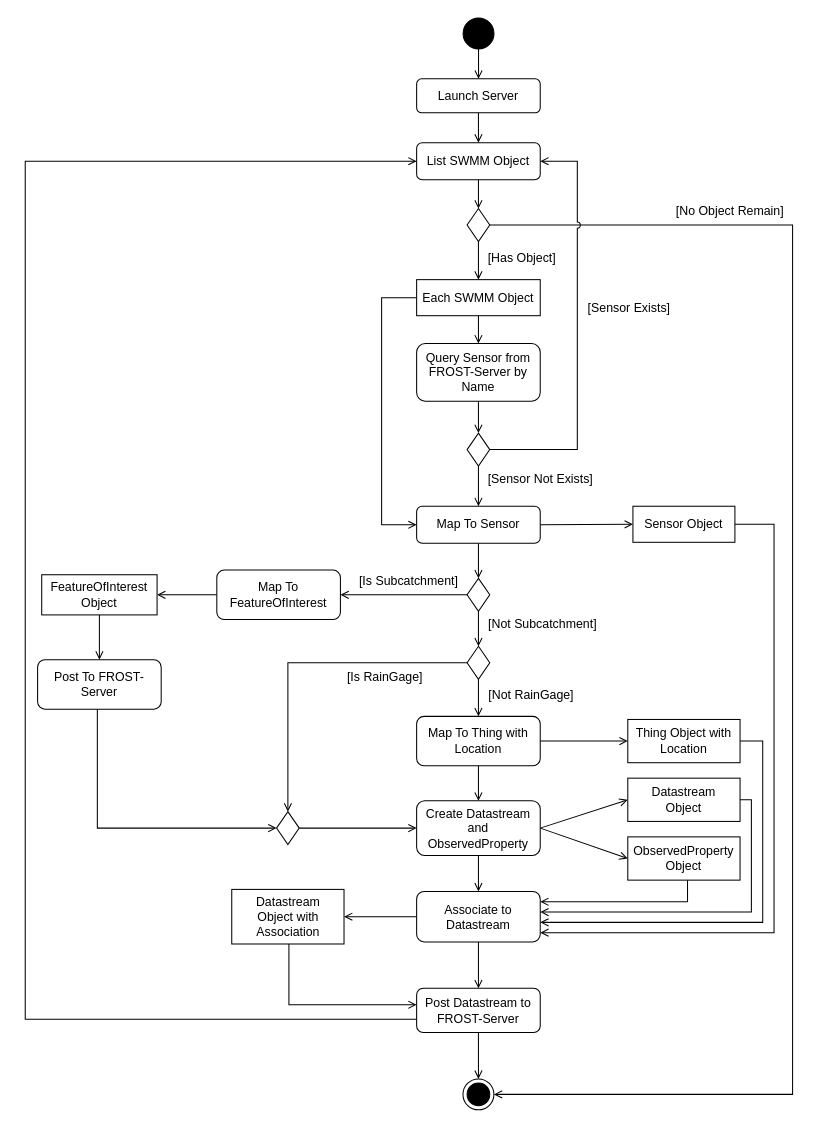
Before: page "SensorThings对象初始化流程" (6 of 7) of docs/diagram/模型图.dio in hubu-mdzhang/swmm-sensorthings, a draw.io diagram. Source tidied: cells renumbered, new cells numbered last; positions are measured from the earlier drawing's top-left corner, leaving out a move shared by most shapes. Both pictures are drawn from the tidied source at 103%, with x=0, y=0 at pixel (25, 18).
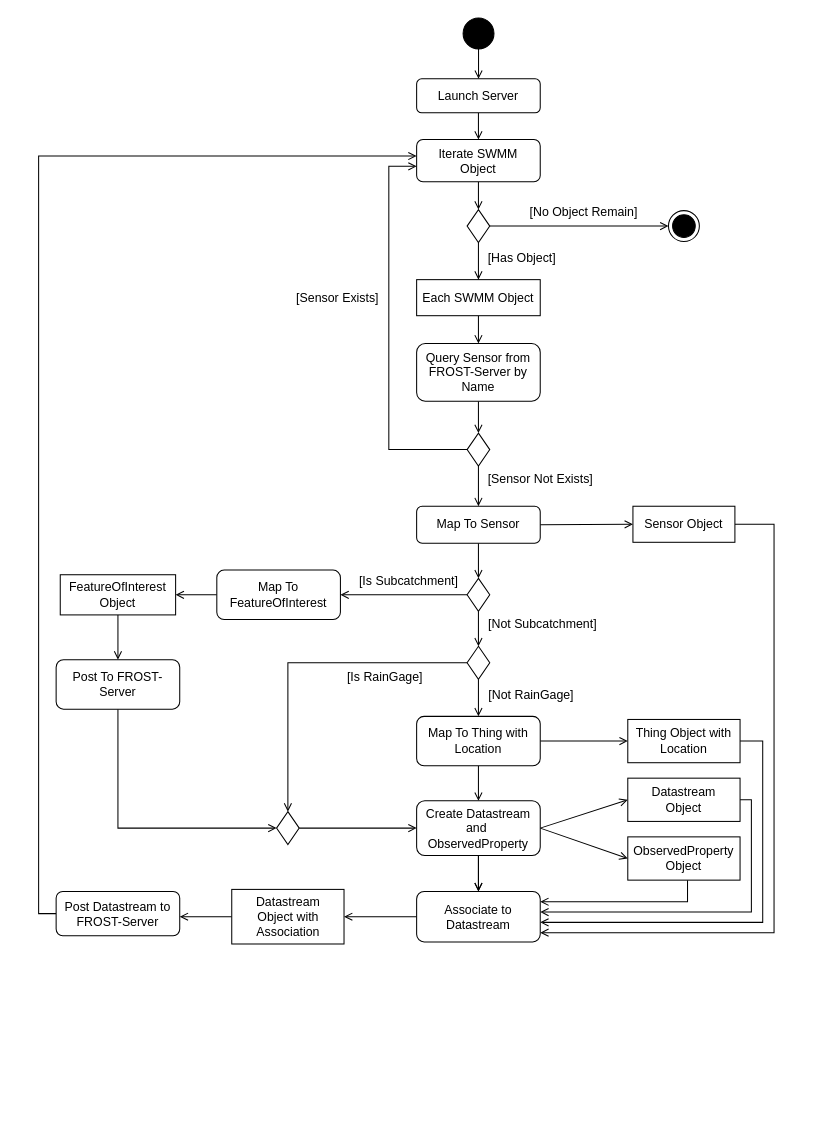
Above is the later version.

The change refers to these unchanged cells:
```xml
<mxCell id="10" value="Each SWMM Object" style="rounded=0;whiteSpace=wrap;html=1;fontFamily=Helvetica;fontSize=12;fontColor=default;labelBackgroundColor=none;" parent="1" vertex="1">
  <mxGeometry x="380" y="254" width="120" height="35" as="geometry" />
</mxCell>
<mxCell id="14" style="rhombus;fontFamily=Helvetica;fontSize=11;fontColor=default;labelBackgroundColor=none;" parent="1" vertex="1">
  <mxGeometry x="429" y="403" width="22" height="32" as="geometry" />
</mxCell>
<mxCell id="18" value="Map To Sensor" style="rounded=1;whiteSpace=wrap;html=1;fontFamily=Helvetica;fontSize=12;fontColor=default;labelBackgroundColor=none;" parent="1" vertex="1">
  <mxGeometry x="380" y="474" width="120" height="36" as="geometry" />
</mxCell>
<mxCell id="53" value="Associate to Datastream" style="rounded=1;whiteSpace=wrap;html=1;fontFamily=Helvetica;fontSize=12;fontColor=default;labelBackgroundColor=none;" parent="1" vertex="1">
  <mxGeometry x="380" y="848" width="120" height="49" as="geometry" />
</mxCell>
<mxCell id="55" style="rhombus;fontFamily=Helvetica;fontSize=11;fontColor=default;labelBackgroundColor=none;" parent="1" vertex="1">
  <mxGeometry x="244" y="770.5" width="22" height="32" as="geometry" />
</mxCell>
<mxCell id="60" value="Datastream&lt;div&gt;Object with Association&lt;/div&gt;" style="rounded=0;whiteSpace=wrap;html=1;fontFamily=Helvetica;fontSize=12;fontColor=default;labelBackgroundColor=none;" parent="1" vertex="1">
  <mxGeometry x="200.5" y="846" width="109" height="53" as="geometry" />
</mxCell>
```

Change to the diagram source:
```diff
@@
-    <mxCell id="6" style="edgeStyle=orthogonalEdgeStyle;shape=connector;rounded=0;jettySize=auto;html=1;strokeColor=default;align=center;verticalAlign=middle;fontFamily=Helvetica;fontSize=11;fontColor=default;labelBackgroundColor=default;endArrow=open;endFill=0;" parent="1" edge="1" source="7" target="64">
-      <mxGeometry relative="1" as="geometry">
-        <Array as="points">
-          <mxPoint x="440" y="170" />
-          <mxPoint x="440" y="170" />
-        </Array>
-      </mxGeometry>
+    <mxCell id="6" style="edgeStyle=orthogonalEdgeStyle;shape=connector;rounded=0;jettySize=auto;html=1;strokeColor=default;align=center;verticalAlign=middle;fontFamily=Helvetica;fontSize=11;fontColor=default;labelBackgroundColor=default;endArrow=open;endFill=0;entryX=0.5;entryY=0;entryDx=0;entryDy=0;" parent="1" edge="1" source="7" target="64">
+      <mxGeometry relative="1" as="geometry" />
     </mxCell>
-    <mxCell id="7" value="List SWMM Object" style="rounded=1;whiteSpace=wrap;html=1;fontFamily=Helvetica;fontSize=12;fontColor=default;labelBackgroundColor=none;" parent="1" vertex="1">
-      <mxGeometry x="380" y="121" width="120" height="36" as="geometry" />
+    <mxCell id="7" value="Iterate&amp;nbsp;SWMM&lt;div&gt;Object&lt;/div&gt;" style="rounded=1;whiteSpace=wrap;html=1;fontFamily=Helvetica;fontSize=12;fontColor=default;labelBackgroundColor=none;" parent="1" vertex="1">
+      <mxGeometry x="380" y="118" width="120" height="41" as="geometry" />
     </mxCell>
@@
-    <mxCell id="9" style="edgeStyle=orthogonalEdgeStyle;shape=connector;rounded=0;jettySize=auto;html=1;strokeColor=default;align=center;verticalAlign=middle;fontFamily=Helvetica;fontSize=11;fontColor=default;labelBackgroundColor=default;endArrow=open;endFill=0;" parent="1" edge="1" source="10" target="18">
-      <mxGeometry relative="1" as="geometry">
-        <Array as="points">
-          <mxPoint x="346" y="271.5" />
-          <mxPoint x="346" y="492" />
-        </Array>
-      </mxGeometry>
-    </mxCell>
@@
     <mxCell id="15" value="[Sensor Exists]" style="text;html=1;align=center;verticalAlign=middle;strokeColor=none;fillColor=none;fontFamily=Helvetica;fontSize=12;fontColor=default;labelBackgroundColor=none;" parent="1" vertex="1">
-      <mxGeometry x="537" y="269" width="98" height="26" as="geometry" />
+      <mxGeometry x="254" y="258.5" width="98" height="26" as="geometry" />
     </mxCell>
@@
     <mxCell id="29" value="FeatureOfInterest Object" style="rounded=0;whiteSpace=wrap;html=1;fontFamily=Helvetica;fontSize=12;fontColor=default;labelBackgroundColor=none;" parent="1" vertex="1">
-      <mxGeometry x="16" y="540.5" width="112" height="39" as="geometry" />
+      <mxGeometry x="34" y="540.5" width="112" height="39" as="geometry" />
     </mxCell>
     <mxCell id="30" style="edgeStyle=orthogonalEdgeStyle;shape=connector;rounded=0;jettySize=auto;html=1;strokeColor=default;align=center;verticalAlign=middle;fontFamily=Helvetica;fontSize=11;fontColor=default;labelBackgroundColor=default;endArrow=open;endFill=0;entryX=0;entryY=0.5;entryDx=0;entryDy=0;" parent="1" edge="1" source="31" target="55">
       <mxGeometry relative="1" as="geometry">
         <Array as="points">
-          <mxPoint x="70" y="787" />
+          <mxPoint x="90" y="787" />
         </Array>
       </mxGeometry>
     </mxCell>
     <mxCell id="31" value="Post To FROST-Server" style="rounded=1;whiteSpace=wrap;html=1;fontFamily=Helvetica;fontSize=12;fontColor=default;labelBackgroundColor=none;" parent="1" vertex="1">
-      <mxGeometry x="12" y="623" width="120" height="48" as="geometry" />
+      <mxGeometry x="30" y="623" width="120" height="48" as="geometry" />
     </mxCell>
@@
+    <mxCell id="68" style="edgeStyle=orthogonalEdgeStyle;shape=connector;rounded=0;jettySize=auto;html=1;strokeColor=default;align=center;verticalAlign=middle;fontFamily=Helvetica;fontSize=11;fontColor=default;labelBackgroundColor=default;endArrow=open;endFill=0;" parent="1" edge="1" source="45" target="53">
+      <mxGeometry relative="1" as="geometry" />
+    </mxCell>
-    <mxCell id="45" value="Create Datastream and ObservedProperty" style="rounded=1;whiteSpace=wrap;html=1;fontFamily=Helvetica;fontSize=12;fontColor=default;labelBackgroundColor=none;" parent="1" vertex="1">
+    <mxCell id="45" value="Create Datastream and&amp;nbsp; ObservedProperty" style="rounded=1;whiteSpace=wrap;html=1;fontFamily=Helvetica;fontSize=12;fontColor=default;labelBackgroundColor=none;" parent="1" vertex="1">
       <mxGeometry x="380" y="760" width="120" height="53" as="geometry" />
     </mxCell>
@@
-    <mxCell id="51" style="edgeStyle=orthogonalEdgeStyle;shape=connector;rounded=0;jettySize=auto;html=1;strokeColor=default;align=center;verticalAlign=middle;fontFamily=Helvetica;fontSize=11;fontColor=default;labelBackgroundColor=default;endArrow=open;endFill=0;" parent="1" edge="1" source="53" target="58">
-      <mxGeometry relative="1" as="geometry" />
-    </mxCell>
@@
-    <mxCell id="56" style="edgeStyle=orthogonalEdgeStyle;shape=connector;rounded=0;jettySize=auto;html=1;strokeColor=default;align=center;verticalAlign=middle;fontFamily=Helvetica;fontSize=11;fontColor=default;labelBackgroundColor=default;endArrow=open;endFill=0;" parent="1" edge="1" source="58" target="61">
-      <mxGeometry relative="1" as="geometry" />
-    </mxCell>
     <mxCell id="57" style="edgeStyle=orthogonalEdgeStyle;shape=connector;rounded=0;jettySize=auto;html=1;strokeColor=default;align=center;verticalAlign=middle;fontFamily=Helvetica;fontSize=11;fontColor=default;labelBackgroundColor=default;endArrow=open;endFill=0;" parent="1" edge="1" source="58" target="7">
       <mxGeometry relative="1" as="geometry">
         <Array as="points">
-          <mxPoint y="972" />
-          <mxPoint y="139" />
+          <mxPoint x="13" y="869" />
+          <mxPoint x="13" y="134" />
         </Array>
       </mxGeometry>
     </mxCell>
     <mxCell id="58" value="Post Datastream to FROST-Server" style="rounded=1;whiteSpace=wrap;html=1;fontFamily=Helvetica;fontSize=12;fontColor=default;labelBackgroundColor=none;" parent="1" vertex="1">
-      <mxGeometry x="380" y="942" width="120" height="43" as="geometry" />
+      <mxGeometry x="30" y="848" width="120" height="43" as="geometry" />
     </mxCell>
     <mxCell id="59" style="edgeStyle=orthogonalEdgeStyle;shape=connector;rounded=0;jettySize=auto;html=1;strokeColor=default;align=center;verticalAlign=middle;fontFamily=Helvetica;fontSize=11;fontColor=default;labelBackgroundColor=default;endArrow=open;endFill=0;" parent="1" edge="1" source="60" target="58">
       <mxGeometry relative="1" as="geometry">
         <Array as="points">
-          <mxPoint x="256" y="958" />
+          <mxPoint x="209" y="873" />
+          <mxPoint x="209" y="873" />
         </Array>
       </mxGeometry>
     </mxCell>
@@
     <mxCell id="61" style="ellipse;html=1;shape=endState;fillColor=strokeColor;fontFamily=Helvetica;fontSize=11;fontColor=default;labelBackgroundColor=default;" parent="1" vertex="1">
-      <mxGeometry x="425" y="1030" width="30" height="30" as="geometry" />
+      <mxGeometry x="624.5" y="187" width="30" height="30" as="geometry" />
     </mxCell>
@@
-    <mxCell id="63" style="edgeStyle=orthogonalEdgeStyle;shape=connector;rounded=0;jettySize=auto;html=1;entryX=1;entryY=0.5;entryDx=0;entryDy=0;strokeColor=default;align=center;verticalAlign=middle;fontFamily=Helvetica;fontSize=11;fontColor=default;labelBackgroundColor=default;endArrow=open;endFill=0;jumpStyle=arc;" parent="1" edge="1" source="64" target="61">
-      <mxGeometry relative="1" as="geometry">
-        <Array as="points">
-          <mxPoint x="745" y="201" />
-          <mxPoint x="745" y="1045" />
-        </Array>
-      </mxGeometry>
+    <mxCell id="63" style="edgeStyle=orthogonalEdgeStyle;rounded=0;jettySize=auto;html=1;endArrow=open;endFill=0;" parent="1" edge="1" source="64" target="61">
+      <mxGeometry relative="1" as="geometry" />
     </mxCell>
     <mxCell id="64" style="rhombus;fontFamily=Helvetica;fontSize=11;fontColor=default;labelBackgroundColor=none;" parent="1" vertex="1">
-      <mxGeometry x="429" y="185" width="22" height="32" as="geometry" />
+      <mxGeometry x="429" y="186" width="22" height="32" as="geometry" />
     </mxCell>
@@
     <mxCell id="66" value="[No Object Remain]" style="text;html=1;align=center;verticalAlign=middle;strokeColor=none;fillColor=none;fontFamily=Helvetica;fontSize=12;fontColor=default;labelBackgroundColor=none;" parent="1" vertex="1">
-      <mxGeometry x="622" y="175" width="123" height="26" as="geometry" />
+      <mxGeometry x="480" y="176" width="123" height="26" as="geometry" />
     </mxCell>
     <mxCell id="67" style="edgeStyle=orthogonalEdgeStyle;shape=connector;rounded=0;jettySize=auto;html=1;strokeColor=default;align=center;verticalAlign=middle;fontFamily=Helvetica;fontSize=11;fontColor=default;labelBackgroundColor=none;endArrow=open;endFill=0;jumpStyle=arc;" parent="1" edge="1" source="14" target="7">
       <mxGeometry relative="1" as="geometry">
         <Array as="points">
-          <mxPoint x="536" y="419" />
-          <mxPoint x="536" y="139" />
+          <mxPoint x="353" y="419" />
+          <mxPoint x="353" y="144" />
         </Array>
       </mxGeometry>
     </mxCell>
```
